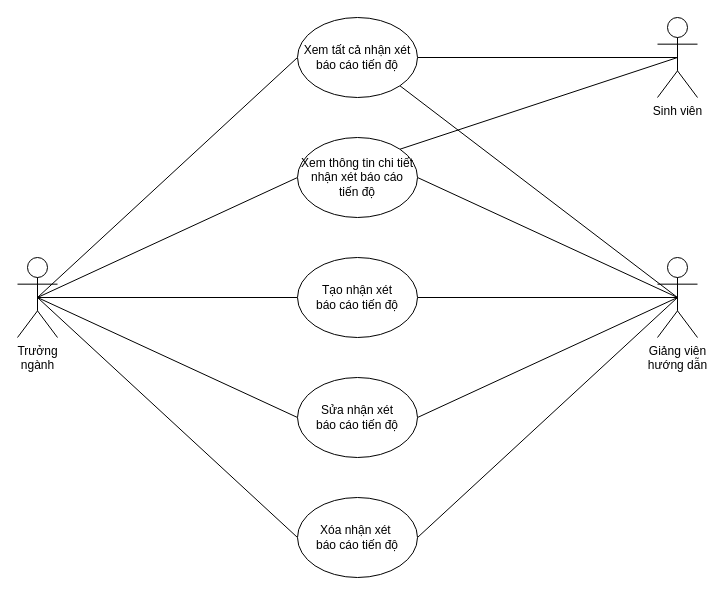
This is page "Quản lý nhận xét báo cáo tiến độ" (5 of 7) of docs/diagrams/usecase.drawio from doonpy/grasis, a draw.io file, before an edit. Source tidied: cells renumbered, new cells numbered last; positions are measured from the earlier drawing's top-left corner, leaving out a move shared by most shapes. Both pictures are drawn from the tidied source at 100%, with x=0, y=0 at pixel (17, 17).
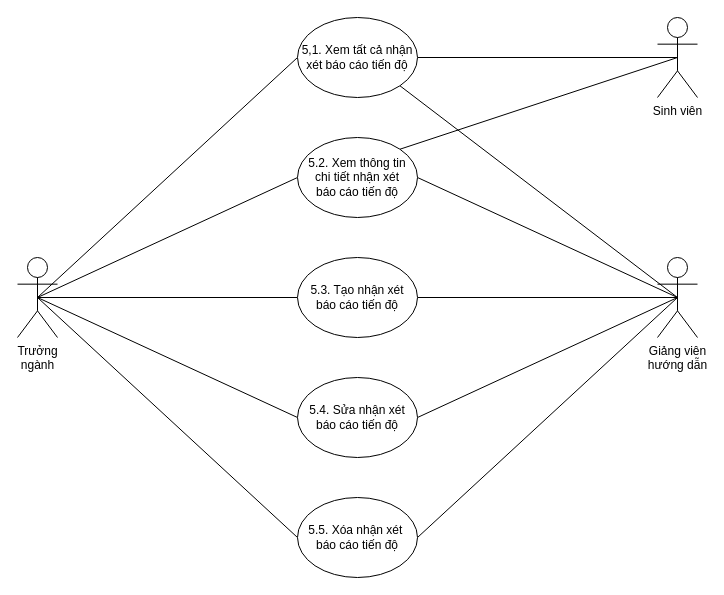
The same page after the edit.

Change to the diagram source:
```diff
@@
-    <mxCell id="15" value="Xem tất cả nhận xét báo cáo tiến độ" style="ellipse;whiteSpace=wrap;html=1;" parent="1" vertex="1">
+    <mxCell id="15" value="5,1. Xem tất cả nhận xét báo cáo tiến độ" style="ellipse;whiteSpace=wrap;html=1;" parent="1" vertex="1">
       <mxGeometry x="280" width="120" height="80" as="geometry" />
     </mxCell>
@@
-    <mxCell id="18" value="Xem thông tin chi tiết nhận xét báo cáo&lt;br&gt;tiến độ" style="ellipse;whiteSpace=wrap;html=1;" parent="1" vertex="1">
+    <mxCell id="18" value="5.2. Xem thông tin&lt;br&gt;chi tiết nhận xét &lt;br&gt;báo cáo tiến độ" style="ellipse;whiteSpace=wrap;html=1;" parent="1" vertex="1">
       <mxGeometry x="280" y="120" width="120" height="80" as="geometry" />
     </mxCell>
-    <mxCell id="19" value="Tạo nhận xét&lt;br&gt;báo cáo tiến độ" style="ellipse;whiteSpace=wrap;html=1;" parent="1" vertex="1">
+    <mxCell id="19" value="5.3. Tạo nhận xét&lt;br&gt;báo cáo tiến độ" style="ellipse;whiteSpace=wrap;html=1;" parent="1" vertex="1">
       <mxGeometry x="280" y="240" width="120" height="80" as="geometry" />
     </mxCell>
-    <mxCell id="20" value="Sửa nhận xét &lt;br&gt;báo cáo tiến độ" style="ellipse;whiteSpace=wrap;html=1;" parent="1" vertex="1">
+    <mxCell id="20" value="5.4. Sửa nhận xét &lt;br&gt;báo cáo tiến độ" style="ellipse;whiteSpace=wrap;html=1;" parent="1" vertex="1">
       <mxGeometry x="280" y="360" width="120" height="80" as="geometry" />
     </mxCell>
-    <mxCell id="21" value="Xóa nhận xét&amp;nbsp;&lt;br&gt;báo cáo tiến độ" style="ellipse;whiteSpace=wrap;html=1;" parent="1" vertex="1">
+    <mxCell id="21" value="5.5. Xóa nhận xét&amp;nbsp;&lt;br&gt;báo cáo tiến độ" style="ellipse;whiteSpace=wrap;html=1;" parent="1" vertex="1">
       <mxGeometry x="280" y="480" width="120" height="80" as="geometry" />
     </mxCell>
```
